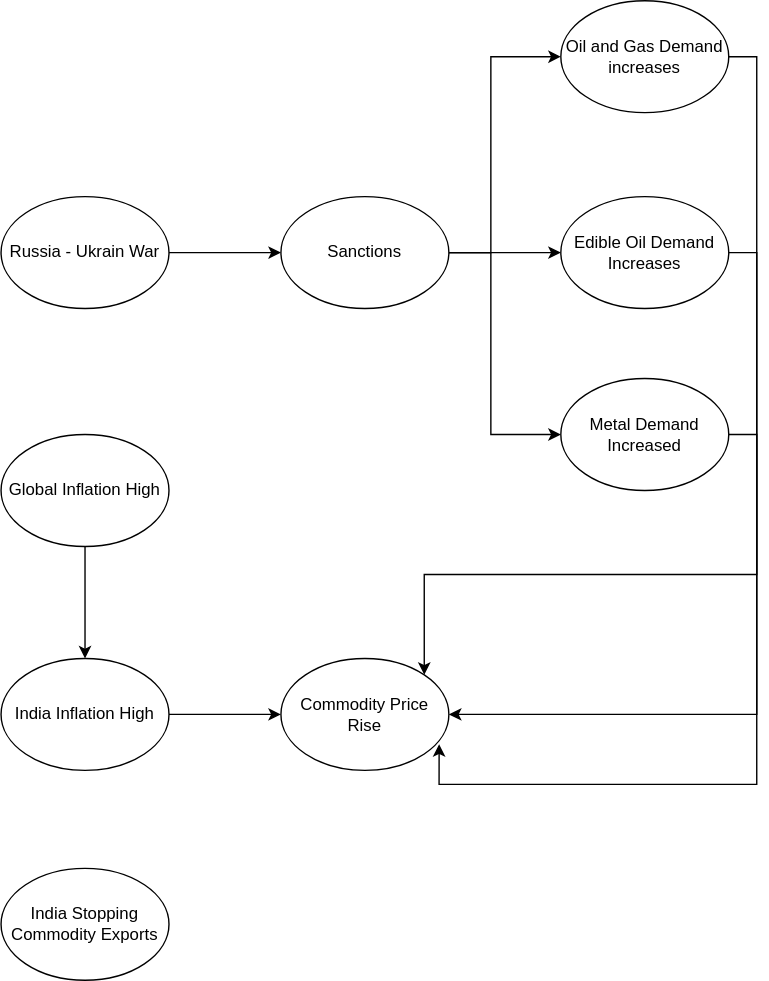
This is Market Events.svg from jkrishnarao2003/market, a draw.io export, as it was before one commit. Source tidied: cells renumbered, new cells last; positions are measured from the earlier drawing's top-left corner, leaving out a move shared by most shapes.
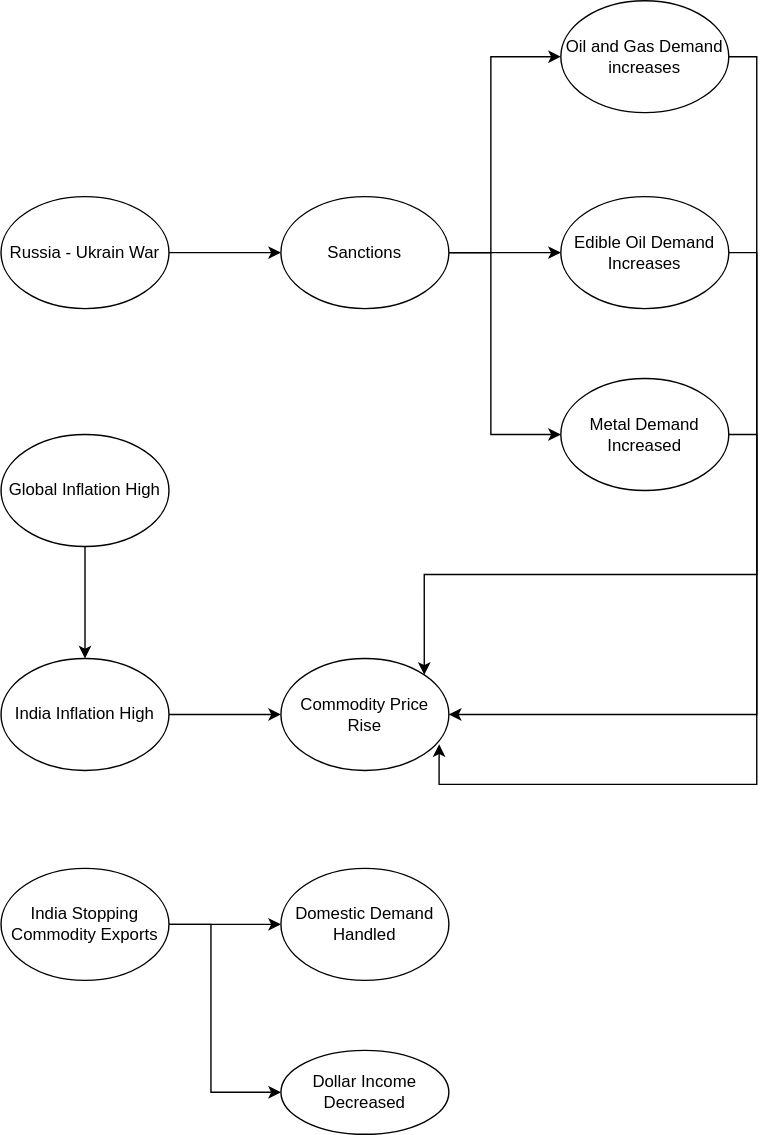
Above is the later version.

What changed in the source:
```diff
@@ -69,8 +69,25 @@
     <mxCell id="18" value="Commodity Price Rise" style="ellipse;whiteSpace=wrap;html=1;" parent="1" vertex="1">
       <mxGeometry x="200" y="470" width="120" height="80" as="geometry" />
     </mxCell>
+    <mxCell id="20" style="edgeStyle=orthogonalEdgeStyle;rounded=0;jettySize=auto;html=1;" parent="1" edge="1" source="19" target="22">
+      <mxGeometry relative="1" as="geometry" />
+    </mxCell>
+    <mxCell id="21" style="edgeStyle=orthogonalEdgeStyle;rounded=0;jettySize=auto;html=1;" parent="1" edge="1" source="19" target="23">
+      <mxGeometry relative="1" as="geometry">
+        <Array as="points">
+          <mxPoint x="150" y="660" />
+          <mxPoint x="150" y="780" />
+        </Array>
+      </mxGeometry>
+    </mxCell>
     <mxCell id="19" value="India Stopping Commodity Exports" style="ellipse;whiteSpace=wrap;html=1;" parent="1" vertex="1">
       <mxGeometry y="620" width="120" height="80" as="geometry" />
     </mxCell>
+    <mxCell id="22" value="Domestic Demand Handled" style="ellipse;whiteSpace=wrap;html=1;" parent="1" vertex="1">
+      <mxGeometry x="200" y="620" width="120" height="80" as="geometry" />
+    </mxCell>
+    <mxCell id="23" value="Dollar Income Decreased" style="ellipse;whiteSpace=wrap;html=1;" parent="1" vertex="1">
+      <mxGeometry x="200" y="750" width="120" height="60" as="geometry" />
+    </mxCell>
   </root>
 </mxGraphModel>
```
